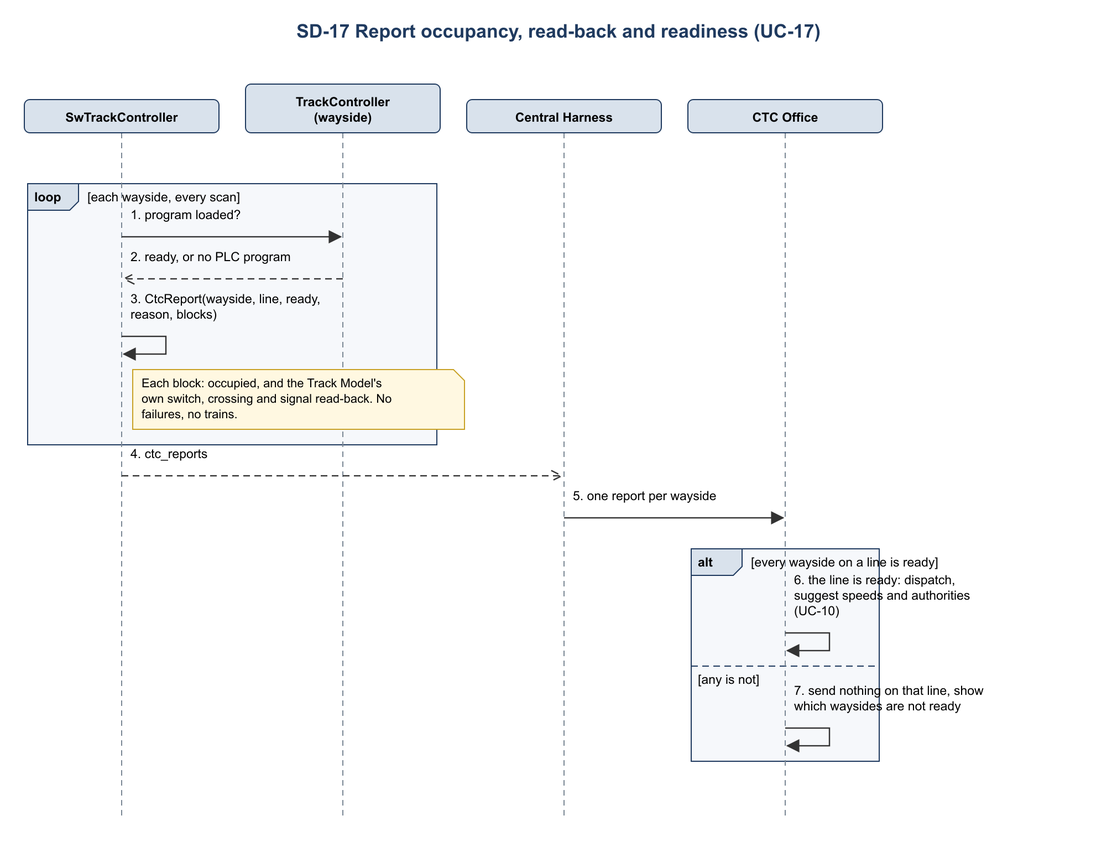
Before: documents/uml/track_ctrl_sw/sequence/sd17_report_to_ctc.png, a diagram exported from Mermaid (Landiss04/Track-Overflow). Its source is kept beside it as documents/uml/track_ctrl_sw/sequence/sd17_report_to_ctc.mmd. Its diagram source:
```mermaid
sequenceDiagram
    autonumber
    participant M as SwTrackController
    participant W as TrackController (wayside)
    participant H as Central Harness
    participant CTC as CTC Office
    loop each wayside, every scan
        M->>W: program loaded?
        W-->>M: ready, or no PLC program
        M->>M: CtcReport(wayside, line, ready, reason, blocks)
        Note right of M: Each block: occupied, and the Track Model's own switch, crossing and signal read-back. No failures, no trains.
    end
    M-->>H: ctc_reports
    H->>CTC: one report per wayside
    alt every wayside on a line is ready
        CTC->>CTC: the line is ready: dispatch, suggest speeds and authorities (UC-10)
    else any is not
        CTC->>CTC: send nothing on that line, show which waysides are not ready
    end
```
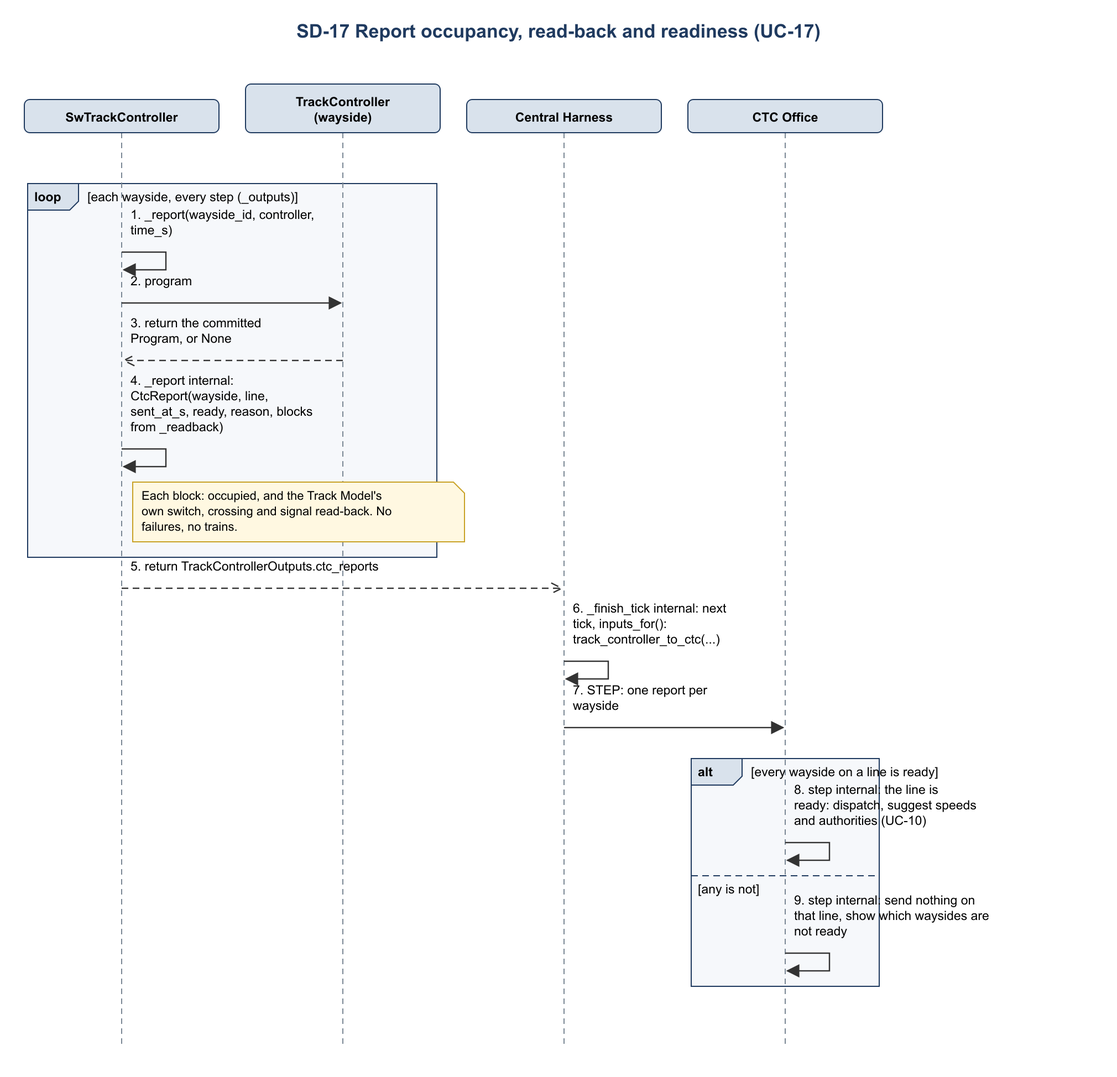
Above is the later version.

Diff of the diagram source:
```diff
@@ -4,16 +4,18 @@
     participant W as TrackController (wayside)
     participant H as Central Harness
     participant CTC as CTC Office
-    loop each wayside, every scan
-        M->>W: program loaded?
-        W-->>M: ready, or no PLC program
-        M->>M: CtcReport(wayside, line, ready, reason, blocks)
+    loop each wayside, every step (_outputs)
+        M->>M: _report(wayside_id, controller, time_s)
+        M->>W: program
+        W-->>M: return the committed Program, or None
+        M->>M: _report internal: CtcReport(wayside, line, sent_at_s, ready, reason, blocks from _readback)
         Note right of M: Each block: occupied, and the Track Model's own switch, crossing and signal read-back. No failures, no trains.
     end
-    M-->>H: ctc_reports
-    H->>CTC: one report per wayside
+    M-->>H: return TrackControllerOutputs.ctc_reports
+    H->>H: _finish_tick internal: next tick, inputs_for(): track_controller_to_ctc(...)
+    H->>CTC: STEP: one report per wayside
     alt every wayside on a line is ready
-        CTC->>CTC: the line is ready: dispatch, suggest speeds and authorities (UC-10)
+        CTC->>CTC: step internal: the line is ready: dispatch, suggest speeds and authorities (UC-10)
     else any is not
-        CTC->>CTC: send nothing on that line, show which waysides are not ready
+        CTC->>CTC: step internal: send nothing on that line, show which waysides are not ready
     end
```
